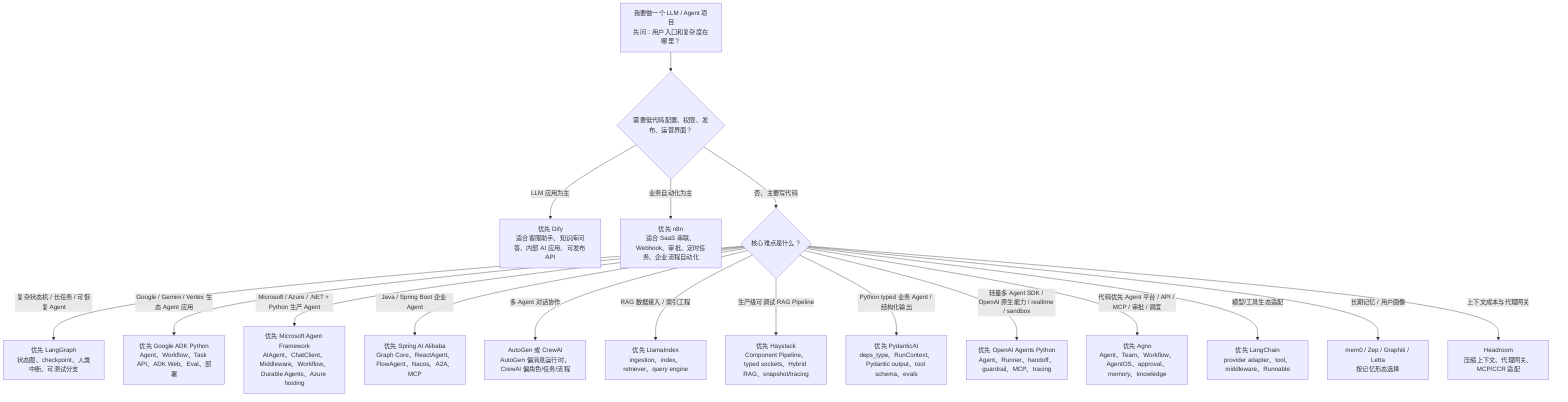
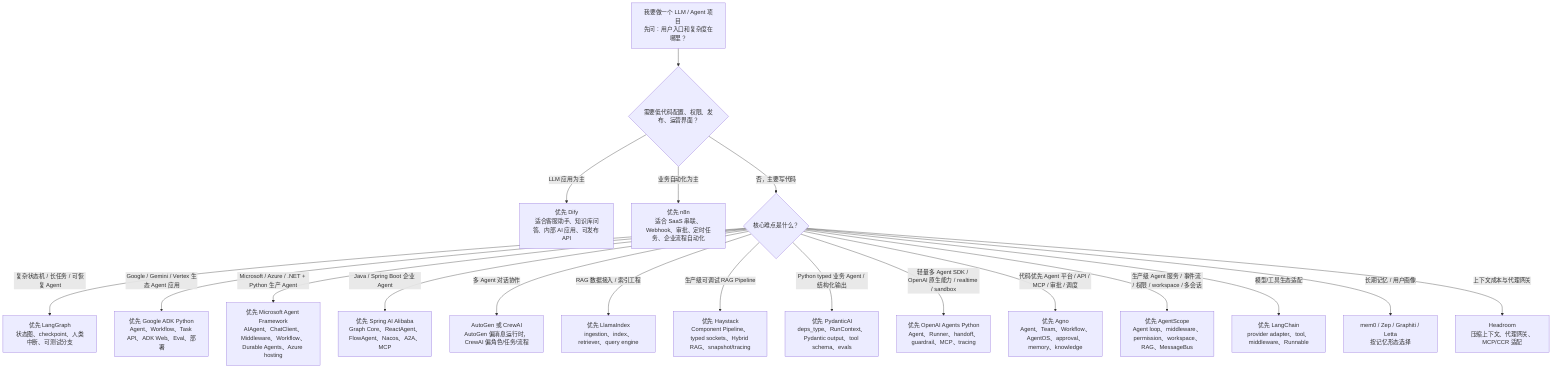
flowchart TB
    Start["我要做一个 LLM / Agent 项目<br/>先问：用户入口和复杂度在哪里？"]
    Start --> Product{"需要低代码配置、权限、发布、运营界面？"}
    Product -->|"LLM 应用为主"| Dify["优先 Dify<br/>适合客服助手、知识库问答、内部 AI 应用、可发布 API"]
    Product -->|"业务自动化为主"| N8N["优先 n8n<br/>适合 SaaS 串联、Webhook、审批、定时任务、企业流程自动化"]
    Product -->|"否，主要写代码"| Code{"核心难点是什么？"}
    Code -->|"复杂状态机 / 长任务 / 可恢复 Agent"| LangGraph["优先 LangGraph<br/>状态图、checkpoint、人类中断、可测试分支"]
    Code -->|"Google / Gemini / Vertex 生态 Agent 应用"| GoogleADK["优先 Google ADK Python<br/>Agent、Workflow、Task API、ADK Web、Eval、部署"]
    Code -->|"Microsoft / Azure / .NET + Python 生产 Agent"| MAF["优先 Microsoft Agent Framework<br/>AIAgent、ChatClient、Middleware、Workflow、Durable Agents、Azure hosting"]
    Code -->|"Java / Spring Boot 企业 Agent"| SpringAIAlibaba["优先 Spring AI Alibaba<br/>Graph Core、ReactAgent、FlowAgent、Nacos、A2A、MCP"]
    Code -->|"多 Agent 对话协作"| AutoCrew["AutoGen 或 CrewAI<br/>AutoGen 偏消息运行时，CrewAI 偏角色/任务/流程"]
    Code -->|"RAG 数据接入 / 索引工程"| Llama["优先 LlamaIndex<br/>ingestion、index、retriever、query engine"]
    Code -->|"生产级可调试 RAG Pipeline"| Haystack["优先 Haystack<br/>Component Pipeline、typed sockets、Hybrid RAG、snapshot/tracing"]
    Code -->|"Python typed 业务 Agent / 结构化输出"| PydanticAI["优先 PydanticAI<br/>deps_type、RunContext、Pydantic output、tool schema、evals"]
    Code -->|"轻量多 Agent SDK / OpenAI 原生能力 / realtime / sandbox"| OpenAIAgents["优先 OpenAI Agents Python<br/>Agent、Runner、handoff、guardrail、MCP、tracing"]
    Code -->|"代码优先 Agent 平台 / API / MCP / 审批 / 调度"| Agno["优先 Agno<br/>Agent、Team、Workflow、AgentOS、approval、memory、knowledge"]
+     Code -->|"生产级 Agent 服务 / 事件流 / 权限 / workspace / 多会话"| AgentScope["优先 AgentScope<br/>Agent loop、middleware、permission、workspace、RAG、MessageBus"]
    Code -->|"模型/工具生态适配"| LangChain["优先 LangChain<br/>provider adapter、tool、middleware、Runnable"]
    Code -->|"长期记忆 / 用户画像"| Memory["mem0 / Zep / Graphiti / Letta<br/>按记忆形态选择"]
    Code -->|"上下文成本与代理网关"| Headroom["Headroom<br/>压缩上下文、代理网关、MCP/CCR 适配"]
